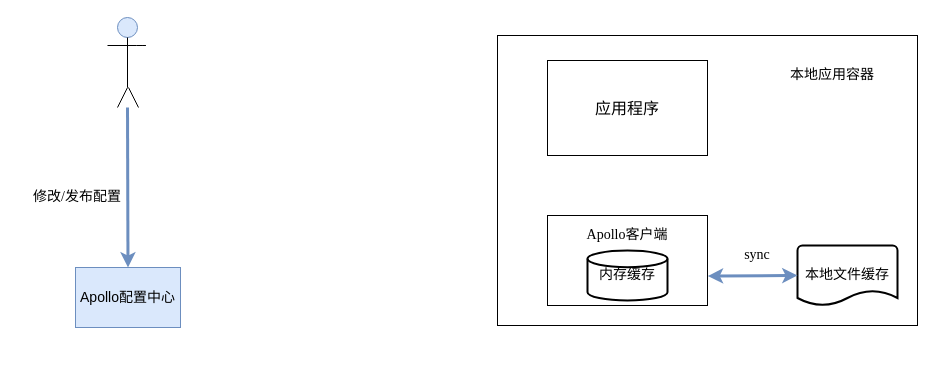
The draw.io diagram 配置中心/未命名绘图.drawio in Zhengyang550/draw.io, before the edit. Source tidied: cells renumbered, new cells numbered last; positions are measured from the earlier drawing's top-left corner, leaving out a move shared by most shapes. Both pictures are drawn from the tidied source at 100%, with x=0, y=0 at pixel (17, 17).
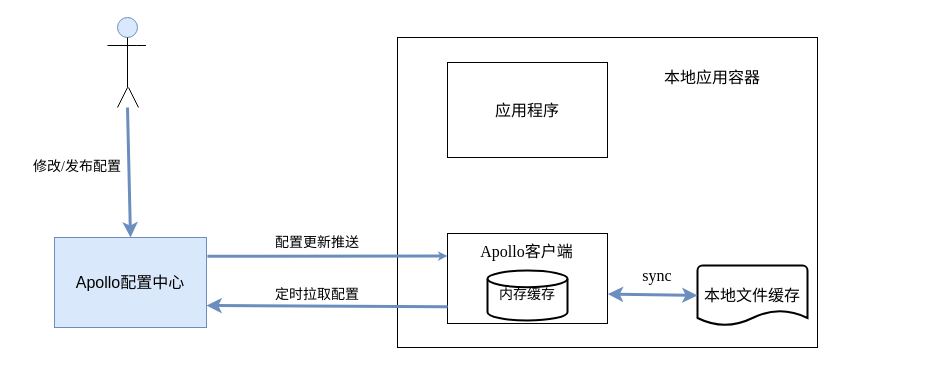
After the change.

The edit, as a diff of the source:
```diff
@@
-    <mxCell id="7" value="&lt;font style=&quot;font-size: 14px&quot;&gt;Apollo配置中心&lt;/font&gt;" style="rounded=0;whiteSpace=wrap;html=1;fontSize=12;fillColor=#dae8fc;strokeColor=#6c8ebf;" parent="1" vertex="1">
-      <mxGeometry x="58" y="250" width="105" height="60" as="geometry" />
+    <mxCell id="7" value="&lt;font style=&quot;font-size: 16px&quot;&gt;Apollo配置中心&lt;/font&gt;" style="rounded=0;whiteSpace=wrap;html=1;fontSize=12;fillColor=#dae8fc;strokeColor=#6c8ebf;" parent="1" vertex="1">
+      <mxGeometry x="37" y="220" width="152" height="90" as="geometry" />
     </mxCell>
@@
     <mxCell id="9" value="&lt;font style=&quot;font-size: 14px&quot;&gt;修改/发布配置&lt;/font&gt;" style="text;html=1;strokeColor=none;fillColor=none;align=center;verticalAlign=middle;whiteSpace=wrap;rounded=0;fontSize=12;fontFamily=Times New Roman;" parent="1" vertex="1">
-      <mxGeometry y="170" width="120" height="20" as="geometry" />
+      <mxGeometry y="140" width="120" height="20" as="geometry" />
     </mxCell>
     <mxCell id="10" style="rounded=0;whiteSpace=wrap;html=1;fontFamily=Times New Roman;fontSize=12;" parent="1" vertex="1">
-      <mxGeometry x="480" y="18" width="420" height="290" as="geometry" />
+      <mxGeometry x="380" y="20" width="420" height="310" as="geometry" />
     </mxCell>
-    <mxCell id="11" value="&lt;font style=&quot;font-size: 14px&quot;&gt;本地应用容器&lt;/font&gt;" style="text;html=1;strokeColor=none;fillColor=none;align=center;verticalAlign=middle;whiteSpace=wrap;rounded=0;fontFamily=Times New Roman;fontSize=12;" parent="1" vertex="1">
-      <mxGeometry x="770" y="43" width="90" height="30" as="geometry" />
+    <mxCell id="11" value="&lt;font style=&quot;font-size: 16px&quot;&gt;本地应用容器&lt;/font&gt;" style="text;html=1;strokeColor=none;fillColor=none;align=center;verticalAlign=middle;whiteSpace=wrap;rounded=0;fontFamily=Times New Roman;fontSize=12;" parent="1" vertex="1">
+      <mxGeometry x="630" y="45" width="130" height="30" as="geometry" />
     </mxCell>
     <mxCell id="12" value="&lt;font style=&quot;font-size: 16px&quot;&gt;应用程序&lt;/font&gt;" style="rounded=0;whiteSpace=wrap;html=1;fontFamily=Times New Roman;fontSize=12;" parent="1" vertex="1">
-      <mxGeometry x="530" y="43" width="160" height="95" as="geometry" />
+      <mxGeometry x="430" y="45" width="160" height="95" as="geometry" />
     </mxCell>
     <mxCell id="13" style="rounded=0;whiteSpace=wrap;html=1;fontFamily=Times New Roman;fontSize=12;" parent="1" vertex="1">
-      <mxGeometry x="530" y="198" width="160" height="90" as="geometry" />
+      <mxGeometry x="430" y="216" width="160" height="90" as="geometry" />
     </mxCell>
-    <mxCell id="14" value="&lt;font style=&quot;font-size: 14px&quot;&gt;本地文件缓存&lt;/font&gt;" style="strokeWidth=2;html=1;shape=mxgraph.flowchart.document2;whiteSpace=wrap;size=0.25;fontFamily=Times New Roman;fontSize=12;" parent="1" vertex="1">
-      <mxGeometry x="780" y="228" width="100" height="60" as="geometry" />
+    <mxCell id="14" value="&lt;font style=&quot;font-size: 16px&quot;&gt;本地文件缓存&lt;/font&gt;" style="strokeWidth=2;html=1;shape=mxgraph.flowchart.document2;whiteSpace=wrap;size=0.25;fontFamily=Times New Roman;fontSize=12;" parent="1" vertex="1">
+      <mxGeometry x="680" y="248" width="110" height="60" as="geometry" />
     </mxCell>
     <mxCell id="15" value="&lt;font style=&quot;font-size: 14px&quot;&gt;内存缓存&lt;/font&gt;" style="strokeWidth=2;html=1;shape=mxgraph.flowchart.database;whiteSpace=wrap;fontFamily=Times New Roman;fontSize=12;" parent="1" vertex="1">
-      <mxGeometry x="570" y="233" width="80" height="50" as="geometry" />
+      <mxGeometry x="470" y="253" width="80" height="50" as="geometry" />
     </mxCell>
-    <mxCell id="16" value="&lt;font style=&quot;font-size: 14px&quot;&gt;Apollo客户端&lt;/font&gt;" style="text;html=1;strokeColor=none;fillColor=none;align=center;verticalAlign=middle;whiteSpace=wrap;rounded=0;fontFamily=Times New Roman;fontSize=12;" parent="1" vertex="1">
-      <mxGeometry x="565" y="208" width="90" height="20" as="geometry" />
+    <mxCell id="16" value="&lt;font style=&quot;font-size: 16px&quot;&gt;Apollo客户端&lt;/font&gt;" style="text;html=1;strokeColor=none;fillColor=none;align=center;verticalAlign=middle;whiteSpace=wrap;rounded=0;fontFamily=Times New Roman;fontSize=12;" parent="1" vertex="1">
+      <mxGeometry x="457" y="224" width="105" height="20" as="geometry" />
     </mxCell>
@@
-    <mxCell id="18" value="&lt;font style=&quot;font-size: 14px&quot;&gt;sync&lt;/font&gt;" style="text;html=1;strokeColor=none;fillColor=none;align=center;verticalAlign=middle;whiteSpace=wrap;rounded=0;fontFamily=Times New Roman;fontSize=12;" parent="1" vertex="1">
-      <mxGeometry x="720" y="228" width="40" height="20" as="geometry" />
+    <mxCell id="18" value="&lt;font style=&quot;font-size: 16px&quot;&gt;sync&lt;/font&gt;" style="text;html=1;strokeColor=none;fillColor=none;align=center;verticalAlign=middle;whiteSpace=wrap;rounded=0;fontFamily=Times New Roman;fontSize=12;" parent="1" vertex="1">
+      <mxGeometry x="620" y="248" width="40" height="20" as="geometry" />
     </mxCell>
+    <mxCell id="19" style="endArrow=classic;html=1;fillColor=#dae8fc;strokeColor=#6c8ebf;fontSize=12;fontStyle=1;strokeWidth=3;entryX=0;entryY=0.25;entryDx=0;entryDy=0;exitX=1.006;exitY=0.208;exitDx=0;exitDy=0;endSize=0;startSize=0;jumpSize=0;exitPerimeter=0;" parent="1" edge="1" source="7" target="13">
+      <mxGeometry relative="1" as="geometry" />
+    </mxCell>
+    <mxCell id="20" style="endArrow=classic;html=1;fontFamily=Times New Roman;fontSize=12;strokeWidth=3;exitX=0.001;exitY=0.814;exitDx=0;exitDy=0;fillColor=#dae8fc;strokeColor=#6c8ebf;exitPerimeter=0;" parent="1" edge="1" source="13">
+      <mxGeometry relative="1" as="geometry">
+        <mxPoint x="189" y="288" as="targetPoint" />
+      </mxGeometry>
+    </mxCell>
+    <mxCell id="21" value="&lt;font style=&quot;font-size: 14px&quot;&gt;配置更新推送&lt;/font&gt;" style="text;html=1;strokeColor=none;fillColor=none;align=center;verticalAlign=middle;whiteSpace=wrap;rounded=0;fontSize=12;fontFamily=Times New Roman;" parent="1" vertex="1">
+      <mxGeometry x="240" y="216" width="120" height="20" as="geometry" />
+    </mxCell>
+    <mxCell id="22" value="&lt;font style=&quot;font-size: 14px&quot;&gt;定时拉取配置&lt;/font&gt;" style="text;html=1;strokeColor=none;fillColor=none;align=center;verticalAlign=middle;whiteSpace=wrap;rounded=0;fontSize=12;fontFamily=Times New Roman;" parent="1" vertex="1">
+      <mxGeometry x="240" y="268" width="120" height="20" as="geometry" />
+    </mxCell>
```
